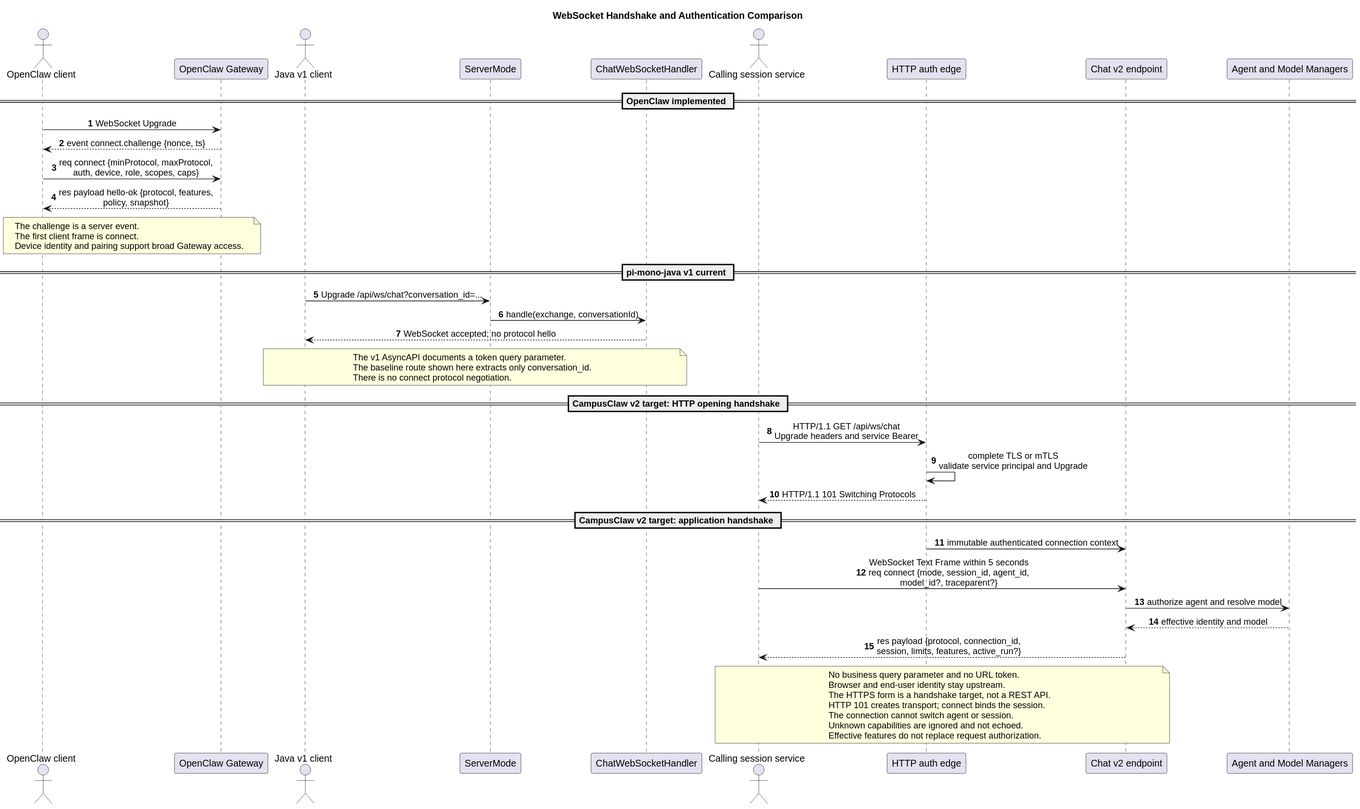
The PlantUML diagram openclaw-campusclaw-websocket-comparison/websocket_handshake_comparison.svg in superheromeZzh/pi-mono-java-design, before a commit.
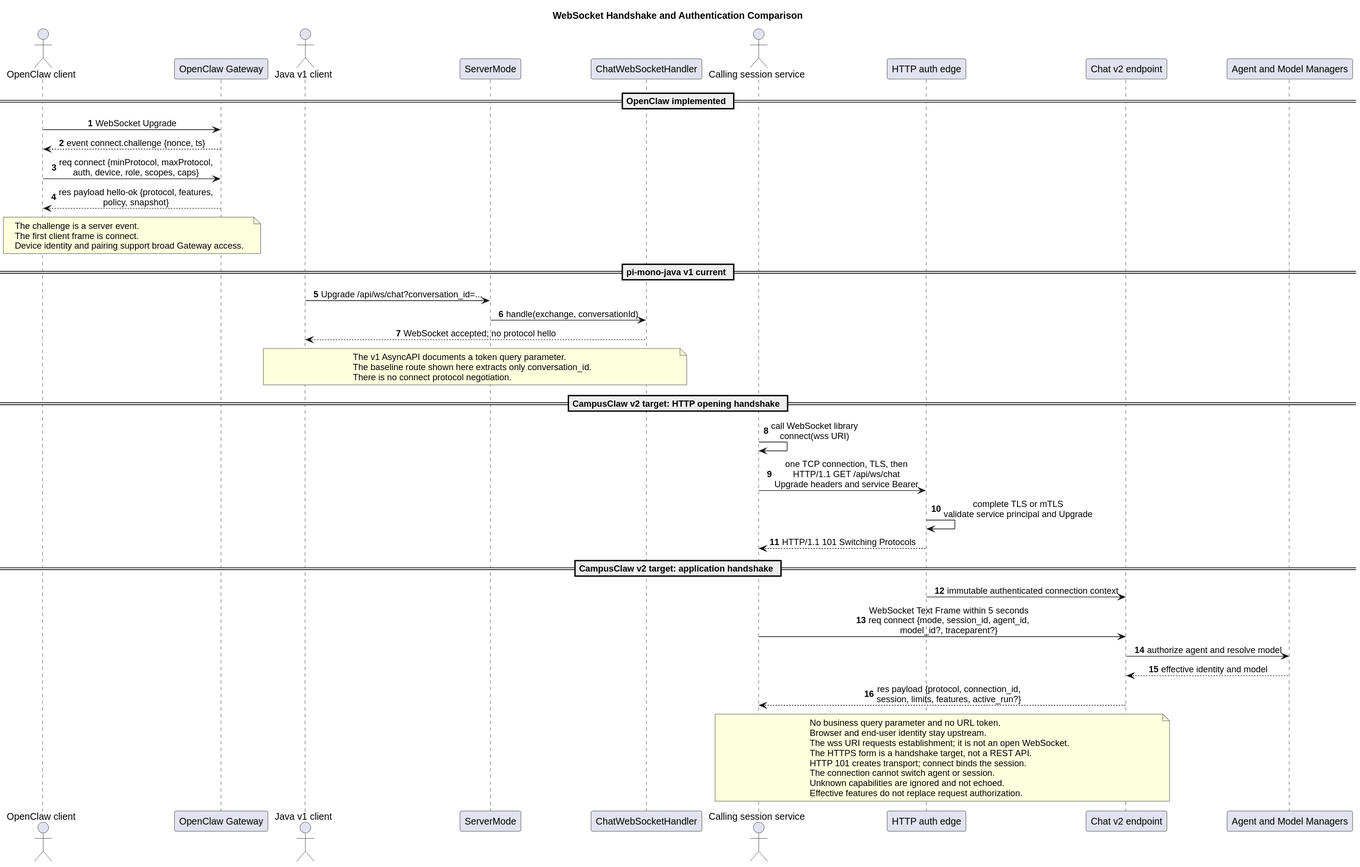
After the commit.

Change to the diagram source:
```diff
@@ -40,7 +40,8 @@
 end note
 
 == CampusClaw v2 target: HTTP opening handshake ==
-CC -> EDGE : HTTP/1.1 GET /api/ws/chat\nUpgrade headers and service Bearer
+CC -> CC : call WebSocket library\nconnect(wss URI)
+CC -> EDGE : one TCP connection, TLS, then\nHTTP/1.1 GET /api/ws/chat\nUpgrade headers and service Bearer
 EDGE -> EDGE : complete TLS or mTLS\nvalidate service principal and Upgrade
 EDGE --> CC : HTTP/1.1 101 Switching Protocols
 
@@ -53,6 +54,7 @@
 note over CC,V2
 No business query parameter and no URL token.
 Browser and end-user identity stay upstream.
+The wss URI requests establishment; it is not an open WebSocket.
 The HTTPS form is a handshake target, not a REST API.
 HTTP 101 creates transport; connect binds the session.
 The connection cannot switch agent or session.
```
